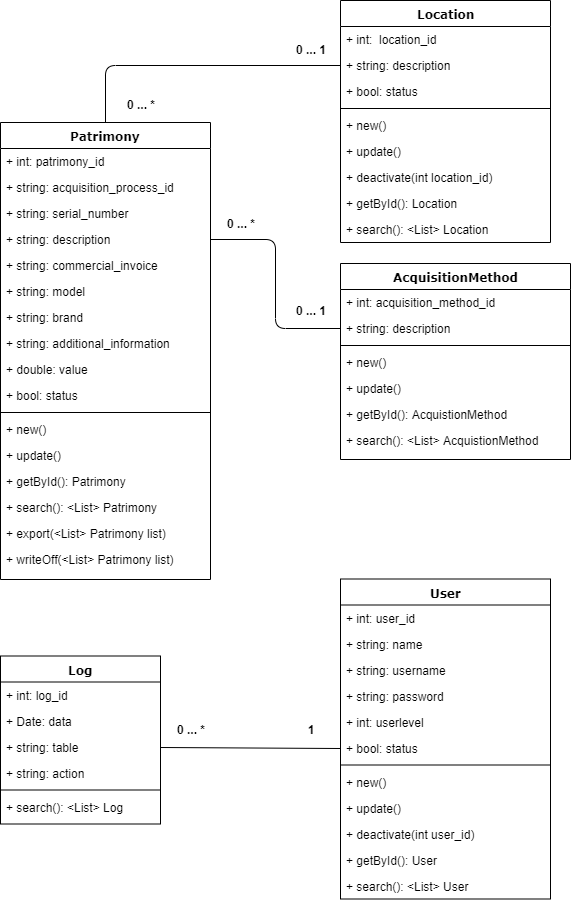
Above: Diagramas/Diagrama_de_Classe.png in gabrielfelicidade/patrimonio-docs (draw.io), before the change. Source tidied: cells renumbered, new cells last; positions are measured from the earlier drawing's top-left corner, leaving out a move shared by most shapes.
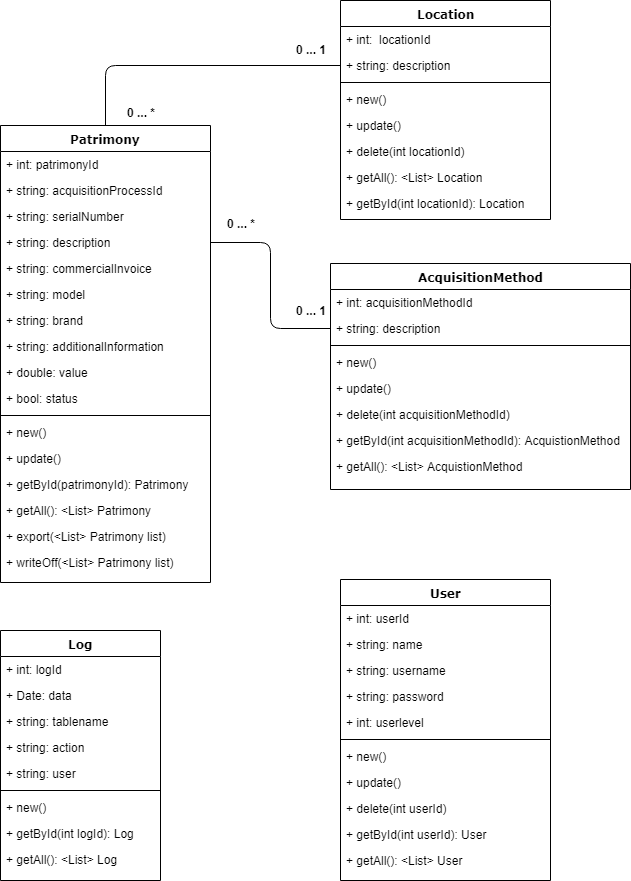
After the commit.

Commit message:
300419 - Atualizado Diagramas

What changed in the source:
```diff
@@ -5,11 +5,11 @@
     <mxCell id="2" value="Patrimony" style="swimlane;html=1;fontStyle=1;align=center;verticalAlign=top;horizontal=1;startSize=26;swimlaneFillColor=#ffffff;rounded=0;shadow=0;comic=0;labelBackgroundColor=none;strokeColor=#000000;strokeWidth=1;fillColor=none;fontFamily=Verdana;fontSize=12;fontColor=#000000;" parent="1" vertex="1">
-      <mxGeometry y="122" width="210" height="457" as="geometry" />
+      <mxGeometry y="125" width="210" height="457" as="geometry" />
     </mxCell>
-    <mxCell id="3" value="+ int: patrimony_id" style="text;html=1;strokeColor=none;fillColor=none;align=left;verticalAlign=top;spacingLeft=4;spacingRight=4;whiteSpace=wrap;overflow=hidden;" parent="2" vertex="1">
+    <mxCell id="3" value="+ int: patrimonyId" style="text;html=1;strokeColor=none;fillColor=none;align=left;verticalAlign=top;spacingLeft=4;spacingRight=4;whiteSpace=wrap;overflow=hidden;" parent="2" vertex="1">
       <mxGeometry y="26" width="210" height="26" as="geometry" />
     </mxCell>
-    <mxCell id="4" value="+ string: acquisition_process_id" style="text;html=1;strokeColor=none;fillColor=none;align=left;verticalAlign=top;spacingLeft=4;spacingRight=4;whiteSpace=wrap;overflow=hidden;" parent="2" vertex="1">
+    <mxCell id="4" value="+ string: acquisitionProcessId" style="text;html=1;strokeColor=none;fillColor=none;align=left;verticalAlign=top;spacingLeft=4;spacingRight=4;whiteSpace=wrap;overflow=hidden;" parent="2" vertex="1">
       <mxGeometry y="52" width="210" height="26" as="geometry" />
     </mxCell>
-    <mxCell id="5" value="+ string: serial_number" style="text;html=1;strokeColor=none;fillColor=none;align=left;verticalAlign=top;spacingLeft=4;spacingRight=4;whiteSpace=wrap;overflow=hidden;" parent="2" vertex="1">
+    <mxCell id="5" value="+ string: serialNumber" style="text;html=1;strokeColor=none;fillColor=none;align=left;verticalAlign=top;spacingLeft=4;spacingRight=4;whiteSpace=wrap;overflow=hidden;" parent="2" vertex="1">
       <mxGeometry y="78" width="210" height="26" as="geometry" />
@@ -19,3 +19,3 @@
     </mxCell>
-    <mxCell id="7" value="+ string: commercial_invoice" style="text;html=1;strokeColor=none;fillColor=none;align=left;verticalAlign=top;spacingLeft=4;spacingRight=4;whiteSpace=wrap;overflow=hidden;" parent="2" vertex="1">
+    <mxCell id="7" value="+ string: commercialInvoice" style="text;html=1;strokeColor=none;fillColor=none;align=left;verticalAlign=top;spacingLeft=4;spacingRight=4;whiteSpace=wrap;overflow=hidden;" parent="2" vertex="1">
       <mxGeometry y="130" width="210" height="26" as="geometry" />
@@ -28,3 +28,3 @@
     </mxCell>
-    <mxCell id="10" value="+ string:&amp;nbsp;&lt;span&gt;additional_information&lt;/span&gt;" style="text;html=1;strokeColor=none;fillColor=none;align=left;verticalAlign=top;spacingLeft=4;spacingRight=4;whiteSpace=wrap;overflow=hidden;" parent="2" vertex="1">
+    <mxCell id="10" value="+ string: additionalInformation" style="text;html=1;strokeColor=none;fillColor=none;align=left;verticalAlign=top;spacingLeft=4;spacingRight=4;whiteSpace=wrap;overflow=hidden;" parent="2" vertex="1">
       <mxGeometry y="208" width="210" height="26" as="geometry" />
@@ -46,6 +46,6 @@
     </mxCell>
-    <mxCell id="16" value="+ getById(): Patrimony" style="text;html=1;strokeColor=none;fillColor=none;align=left;verticalAlign=top;spacingLeft=4;spacingRight=4;whiteSpace=wrap;overflow=hidden;" parent="2" vertex="1">
+    <mxCell id="16" value="+ getById(patrimonyId): Patrimony" style="text;html=1;strokeColor=none;fillColor=none;align=left;verticalAlign=top;spacingLeft=4;spacingRight=4;whiteSpace=wrap;overflow=hidden;" parent="2" vertex="1">
       <mxGeometry y="346" width="210" height="26" as="geometry" />
     </mxCell>
-    <mxCell id="17" value="+ search(): &amp;lt;List&amp;gt; Patrimony" style="text;html=1;strokeColor=none;fillColor=none;align=left;verticalAlign=top;spacingLeft=4;spacingRight=4;whiteSpace=wrap;overflow=hidden;" parent="2" vertex="1">
+    <mxCell id="17" value="+ getAll(): &amp;lt;List&amp;gt; Patrimony" style="text;html=1;strokeColor=none;fillColor=none;align=left;verticalAlign=top;spacingLeft=4;spacingRight=4;whiteSpace=wrap;overflow=hidden;" parent="2" vertex="1">
       <mxGeometry y="372" width="210" height="26" as="geometry" />
@@ -59,5 +59,5 @@
     <mxCell id="20" value="Location" style="swimlane;html=1;fontStyle=1;align=center;verticalAlign=top;horizontal=1;startSize=26;swimlaneFillColor=#ffffff;rounded=0;shadow=0;comic=0;labelBackgroundColor=none;strokeColor=#000000;strokeWidth=1;fillColor=none;fontFamily=Verdana;fontSize=12;fontColor=#000000;" parent="1" vertex="1">
-      <mxGeometry x="340" width="210" height="242" as="geometry" />
+      <mxGeometry x="340" width="210" height="219" as="geometry" />
     </mxCell>
-    <mxCell id="21" value="+ int:&amp;nbsp; location_id" style="text;html=1;strokeColor=none;fillColor=none;align=left;verticalAlign=top;spacingLeft=4;spacingRight=4;whiteSpace=wrap;overflow=hidden;" parent="20" vertex="1">
+    <mxCell id="21" value="+ int:&amp;nbsp; locationId" style="text;html=1;strokeColor=none;fillColor=none;align=left;verticalAlign=top;spacingLeft=4;spacingRight=4;whiteSpace=wrap;overflow=hidden;" parent="20" vertex="1">
       <mxGeometry y="26" width="210" height="26" as="geometry" />
@@ -67,51 +67,51 @@
     </mxCell>
-    <mxCell id="23" value="+ bool: status" style="text;html=1;strokeColor=none;fillColor=none;align=left;verticalAlign=top;spacingLeft=4;spacingRight=4;whiteSpace=wrap;overflow=hidden;" parent="20" vertex="1">
-      <mxGeometry y="78" width="210" height="26" as="geometry" />
-    </mxCell>
     <mxCell id="24" style="line;html=1;strokeWidth=1;fillColor=none;align=left;verticalAlign=middle;spacingTop=-1;spacingLeft=3;spacingRight=3;labelPosition=right;" parent="20" vertex="1">
-      <mxGeometry y="104" width="210" height="8" as="geometry" />
+      <mxGeometry y="78" width="210" height="8" as="geometry" />
     </mxCell>
     <mxCell id="25" value="+ new()" style="text;html=1;strokeColor=none;fillColor=none;align=left;verticalAlign=top;spacingLeft=4;spacingRight=4;whiteSpace=wrap;overflow=hidden;" parent="20" vertex="1">
-      <mxGeometry y="112" width="210" height="26" as="geometry" />
+      <mxGeometry y="86" width="210" height="26" as="geometry" />
     </mxCell>
     <mxCell id="26" value="+ update()" style="text;html=1;strokeColor=none;fillColor=none;align=left;verticalAlign=top;spacingLeft=4;spacingRight=4;whiteSpace=wrap;overflow=hidden;" parent="20" vertex="1">
-      <mxGeometry y="138" width="210" height="26" as="geometry" />
+      <mxGeometry y="112" width="210" height="26" as="geometry" />
     </mxCell>
-    <mxCell id="27" value="+ deactivate(int location_id)&amp;nbsp;" style="text;html=1;strokeColor=none;fillColor=none;align=left;verticalAlign=top;spacingLeft=4;spacingRight=4;whiteSpace=wrap;overflow=hidden;" parent="20" vertex="1">
-      <mxGeometry y="164" width="210" height="26" as="geometry" />
+    <mxCell id="27" value="+ delete(int locationId)&amp;nbsp;" style="text;html=1;strokeColor=none;fillColor=none;align=left;verticalAlign=top;spacingLeft=4;spacingRight=4;whiteSpace=wrap;overflow=hidden;" parent="20" vertex="1">
+      <mxGeometry y="138" width="210" height="26" as="geometry" />
     </mxCell>
+    <mxCell id="29" value="+ getAll(): &amp;lt;List&amp;gt; Location" style="text;html=1;strokeColor=none;fillColor=none;align=left;verticalAlign=top;spacingLeft=4;spacingRight=4;whiteSpace=wrap;overflow=hidden;" parent="20" vertex="1">
+      <mxGeometry y="164" width="210" height="26" as="geometry" />
+    </mxCell>
-    <mxCell id="28" value="+ getById(): Location" style="text;html=1;strokeColor=none;fillColor=none;align=left;verticalAlign=top;spacingLeft=4;spacingRight=4;whiteSpace=wrap;overflow=hidden;" parent="20" vertex="1">
+    <mxCell id="28" value="+ getById(int locationId): Location" style="text;html=1;strokeColor=none;fillColor=none;align=left;verticalAlign=top;spacingLeft=4;spacingRight=4;whiteSpace=wrap;overflow=hidden;" parent="20" vertex="1">
       <mxGeometry y="190" width="210" height="26" as="geometry" />
     </mxCell>
-    <mxCell id="29" value="+ search(): &amp;lt;List&amp;gt; Location" style="text;html=1;strokeColor=none;fillColor=none;align=left;verticalAlign=top;spacingLeft=4;spacingRight=4;whiteSpace=wrap;overflow=hidden;" parent="20" vertex="1">
-      <mxGeometry y="216" width="210" height="26" as="geometry" />
-    </mxCell>
     <mxCell id="30" value="AcquisitionMethod" style="swimlane;html=1;fontStyle=1;align=center;verticalAlign=top;horizontal=1;startSize=26;swimlaneFillColor=#ffffff;rounded=0;shadow=0;comic=0;labelBackgroundColor=none;strokeColor=#000000;strokeWidth=1;fillColor=none;fontFamily=Verdana;fontSize=12;fontColor=#000000;" parent="1" vertex="1">
-      <mxGeometry x="340" y="263" width="230" height="196" as="geometry" />
+      <mxGeometry x="330" y="263" width="300" height="226" as="geometry" />
     </mxCell>
-    <mxCell id="31" value="+ int: acquisition_method_id" style="text;html=1;strokeColor=none;fillColor=none;align=left;verticalAlign=top;spacingLeft=4;spacingRight=4;whiteSpace=wrap;overflow=hidden;" parent="30" vertex="1">
-      <mxGeometry y="26" width="230" height="26" as="geometry" />
+    <mxCell id="31" value="+ int: acquisitionMethodId" style="text;html=1;strokeColor=none;fillColor=none;align=left;verticalAlign=top;spacingLeft=4;spacingRight=4;whiteSpace=wrap;overflow=hidden;" parent="30" vertex="1">
+      <mxGeometry y="26" width="300" height="26" as="geometry" />
     </mxCell>
     <mxCell id="32" value="+ string: description" style="text;html=1;strokeColor=none;fillColor=none;align=left;verticalAlign=top;spacingLeft=4;spacingRight=4;whiteSpace=wrap;overflow=hidden;points=[[0,0.5],[1,0.5]];portConstraint=eastwest;" parent="30" vertex="1">
-      <mxGeometry y="52" width="230" height="26" as="geometry" />
+      <mxGeometry y="52" width="300" height="26" as="geometry" />
     </mxCell>
     <mxCell id="33" style="line;html=1;strokeWidth=1;fillColor=none;align=left;verticalAlign=middle;spacingTop=-1;spacingLeft=3;spacingRight=3;labelPosition=right;" parent="30" vertex="1">
-      <mxGeometry y="78" width="230" height="8" as="geometry" />
+      <mxGeometry y="78" width="300" height="8" as="geometry" />
     </mxCell>
     <mxCell id="34" value="+ new()" style="text;html=1;strokeColor=none;fillColor=none;align=left;verticalAlign=top;spacingLeft=4;spacingRight=4;whiteSpace=wrap;overflow=hidden;" parent="30" vertex="1">
-      <mxGeometry y="86" width="230" height="26" as="geometry" />
+      <mxGeometry y="86" width="300" height="26" as="geometry" />
     </mxCell>
     <mxCell id="35" value="+ update()" style="text;html=1;strokeColor=none;fillColor=none;align=left;verticalAlign=top;spacingLeft=4;spacingRight=4;whiteSpace=wrap;overflow=hidden;" parent="30" vertex="1">
-      <mxGeometry y="112" width="230" height="26" as="geometry" />
+      <mxGeometry y="112" width="300" height="26" as="geometry" />
     </mxCell>
+    <mxCell id="67" value="+ delete(int acquisitionMethodId)&amp;nbsp;" style="text;html=1;strokeColor=none;fillColor=none;align=left;verticalAlign=top;spacingLeft=4;spacingRight=4;whiteSpace=wrap;overflow=hidden;" parent="30" vertex="1">
+      <mxGeometry y="138" width="300" height="26" as="geometry" />
+    </mxCell>
-    <mxCell id="36" value="+ getById(): AcquistionMethod" style="text;html=1;strokeColor=none;fillColor=none;align=left;verticalAlign=top;spacingLeft=4;spacingRight=4;whiteSpace=wrap;overflow=hidden;" parent="30" vertex="1">
-      <mxGeometry y="138" width="230" height="26" as="geometry" />
+    <mxCell id="36" value="+ getById(int acquisitionMethodId): AcquistionMethod" style="text;html=1;strokeColor=none;fillColor=none;align=left;verticalAlign=top;spacingLeft=4;spacingRight=4;whiteSpace=wrap;overflow=hidden;" parent="30" vertex="1">
+      <mxGeometry y="164" width="300" height="26" as="geometry" />
     </mxCell>
-    <mxCell id="37" value="+ search(): &amp;lt;List&amp;gt; AcquistionMethod" style="text;html=1;strokeColor=none;fillColor=none;align=left;verticalAlign=top;spacingLeft=4;spacingRight=4;whiteSpace=wrap;overflow=hidden;" parent="30" vertex="1">
-      <mxGeometry y="164" width="230" height="26" as="geometry" />
+    <mxCell id="37" value="+ getAll(): &amp;lt;List&amp;gt; AcquistionMethod" style="text;html=1;strokeColor=none;fillColor=none;align=left;verticalAlign=top;spacingLeft=4;spacingRight=4;whiteSpace=wrap;overflow=hidden;" parent="30" vertex="1">
+      <mxGeometry y="190" width="300" height="26" as="geometry" />
     </mxCell>
     <mxCell id="38" value="Log" style="swimlane;html=1;fontStyle=1;align=center;verticalAlign=top;horizontal=1;startSize=26;swimlaneFillColor=#ffffff;rounded=0;shadow=0;comic=0;labelBackgroundColor=none;strokeColor=#000000;strokeWidth=1;fillColor=none;fontFamily=Verdana;fontSize=12;fontColor=#000000;" parent="1" vertex="1">
-      <mxGeometry y="655.5" width="160" height="168" as="geometry" />
+      <mxGeometry y="630" width="160" height="250" as="geometry" />
     </mxCell>
-    <mxCell id="39" value="+ int: log_id" style="text;html=1;strokeColor=none;fillColor=none;align=left;verticalAlign=top;spacingLeft=4;spacingRight=4;whiteSpace=wrap;overflow=hidden;" parent="38" vertex="1">
+    <mxCell id="39" value="+ int: logId" style="text;html=1;strokeColor=none;fillColor=none;align=left;verticalAlign=top;spacingLeft=4;spacingRight=4;whiteSpace=wrap;overflow=hidden;" parent="38" vertex="1">
       <mxGeometry y="26" width="160" height="26" as="geometry" />
@@ -121,3 +121,3 @@
     </mxCell>
-    <mxCell id="41" value="+ string: table" style="text;html=1;strokeColor=none;fillColor=none;align=left;verticalAlign=top;spacingLeft=4;spacingRight=4;whiteSpace=wrap;overflow=hidden;points=[[0,0.5],[1,0.5]];portConstraint=eastwest;" parent="38" vertex="1">
+    <mxCell id="41" value="+ string: tablename" style="text;html=1;strokeColor=none;fillColor=none;align=left;verticalAlign=top;spacingLeft=4;spacingRight=4;whiteSpace=wrap;overflow=hidden;points=[[0,0.5],[1,0.5]];portConstraint=eastwest;" parent="38" vertex="1">
       <mxGeometry y="78" width="160" height="26" as="geometry" />
@@ -127,12 +127,21 @@
     </mxCell>
+    <mxCell id="68" value="+ string: user" style="text;html=1;strokeColor=none;fillColor=none;align=left;verticalAlign=top;spacingLeft=4;spacingRight=4;whiteSpace=wrap;overflow=hidden;" parent="38" vertex="1">
+      <mxGeometry y="130" width="160" height="26" as="geometry" />
+    </mxCell>
     <mxCell id="43" style="line;html=1;strokeWidth=1;fillColor=none;align=left;verticalAlign=middle;spacingTop=-1;spacingLeft=3;spacingRight=3;labelPosition=right;" parent="38" vertex="1">
-      <mxGeometry y="130" width="160" height="8" as="geometry" />
+      <mxGeometry y="156" width="160" height="8" as="geometry" />
     </mxCell>
+    <mxCell id="69" value="+ new()" style="text;html=1;strokeColor=none;fillColor=none;align=left;verticalAlign=top;spacingLeft=4;spacingRight=4;whiteSpace=wrap;overflow=hidden;" parent="38" vertex="1">
+      <mxGeometry y="164" width="160" height="26" as="geometry" />
+    </mxCell>
+    <mxCell id="70" value="+ getById(int logId): Log" style="text;html=1;strokeColor=none;fillColor=none;align=left;verticalAlign=top;spacingLeft=4;spacingRight=4;whiteSpace=wrap;overflow=hidden;" parent="38" vertex="1">
+      <mxGeometry y="190" width="160" height="26" as="geometry" />
+    </mxCell>
-    <mxCell id="44" value="+ search(): &amp;lt;List&amp;gt; Log" style="text;html=1;strokeColor=none;fillColor=none;align=left;verticalAlign=top;spacingLeft=4;spacingRight=4;whiteSpace=wrap;overflow=hidden;" parent="38" vertex="1">
-      <mxGeometry y="138" width="160" height="26" as="geometry" />
+    <mxCell id="44" value="+ getAll(): &amp;lt;List&amp;gt; Log" style="text;html=1;strokeColor=none;fillColor=none;align=left;verticalAlign=top;spacingLeft=4;spacingRight=4;whiteSpace=wrap;overflow=hidden;" parent="38" vertex="1">
+      <mxGeometry y="216" width="160" height="26" as="geometry" />
     </mxCell>
     <mxCell id="45" value="User" style="swimlane;html=1;fontStyle=1;align=center;verticalAlign=top;horizontal=1;startSize=26;swimlaneFillColor=#ffffff;rounded=0;shadow=0;comic=0;labelBackgroundColor=none;strokeColor=#000000;strokeWidth=1;fillColor=none;fontFamily=Verdana;fontSize=12;fontColor=#000000;" parent="1" vertex="1">
-      <mxGeometry x="340" y="578.5" width="210" height="320" as="geometry" />
+      <mxGeometry x="340" y="579" width="210" height="301" as="geometry" />
     </mxCell>
-    <mxCell id="46" value="+ int: user_id" style="text;html=1;strokeColor=none;fillColor=none;align=left;verticalAlign=top;spacingLeft=4;spacingRight=4;whiteSpace=wrap;overflow=hidden;" parent="45" vertex="1">
+    <mxCell id="46" value="+ int:&amp;nbsp;userId" style="text;html=1;strokeColor=none;fillColor=none;align=left;verticalAlign=top;spacingLeft=4;spacingRight=4;whiteSpace=wrap;overflow=hidden;" parent="45" vertex="1">
       <mxGeometry y="26" width="210" height="26" as="geometry" />
@@ -151,22 +160,19 @@
     </mxCell>
-    <mxCell id="51" value="+ bool: status" style="text;html=1;strokeColor=none;fillColor=none;align=left;verticalAlign=top;spacingLeft=4;spacingRight=4;whiteSpace=wrap;overflow=hidden;points=[[0,0.5],[1,0.5]];portConstraint=eastwest;" parent="45" vertex="1">
-      <mxGeometry y="156" width="210" height="26" as="geometry" />
-    </mxCell>
     <mxCell id="52" style="line;html=1;strokeWidth=1;fillColor=none;align=left;verticalAlign=middle;spacingTop=-1;spacingLeft=3;spacingRight=3;labelPosition=right;" parent="45" vertex="1">
-      <mxGeometry y="182" width="210" height="8" as="geometry" />
+      <mxGeometry y="156" width="210" height="8" as="geometry" />
     </mxCell>
     <mxCell id="53" value="+ new()" style="text;html=1;strokeColor=none;fillColor=none;align=left;verticalAlign=top;spacingLeft=4;spacingRight=4;whiteSpace=wrap;overflow=hidden;" parent="45" vertex="1">
-      <mxGeometry y="190" width="210" height="26" as="geometry" />
+      <mxGeometry y="164" width="210" height="26" as="geometry" />
     </mxCell>
     <mxCell id="54" value="+ update()" style="text;html=1;strokeColor=none;fillColor=none;align=left;verticalAlign=top;spacingLeft=4;spacingRight=4;whiteSpace=wrap;overflow=hidden;" parent="45" vertex="1">
-      <mxGeometry y="216" width="210" height="26" as="geometry" />
+      <mxGeometry y="190" width="210" height="26" as="geometry" />
     </mxCell>
-    <mxCell id="55" value="+ deactivate(int user_id)&amp;nbsp;" style="text;html=1;strokeColor=none;fillColor=none;align=left;verticalAlign=top;spacingLeft=4;spacingRight=4;whiteSpace=wrap;overflow=hidden;" parent="45" vertex="1">
-      <mxGeometry y="242" width="210" height="26" as="geometry" />
+    <mxCell id="55" value="+ delete(int userId)&amp;nbsp;" style="text;html=1;strokeColor=none;fillColor=none;align=left;verticalAlign=top;spacingLeft=4;spacingRight=4;whiteSpace=wrap;overflow=hidden;" parent="45" vertex="1">
+      <mxGeometry y="216" width="210" height="26" as="geometry" />
     </mxCell>
-    <mxCell id="56" value="+ getById(): User" style="text;html=1;strokeColor=none;fillColor=none;align=left;verticalAlign=top;spacingLeft=4;spacingRight=4;whiteSpace=wrap;overflow=hidden;" parent="45" vertex="1">
-      <mxGeometry y="268" width="210" height="26" as="geometry" />
+    <mxCell id="56" value="+ getById(int userId): User" style="text;html=1;strokeColor=none;fillColor=none;align=left;verticalAlign=top;spacingLeft=4;spacingRight=4;whiteSpace=wrap;overflow=hidden;" parent="45" vertex="1">
+      <mxGeometry y="242" width="210" height="26" as="geometry" />
     </mxCell>
-    <mxCell id="57" value="+ search(): &amp;lt;List&amp;gt; User" style="text;html=1;strokeColor=none;fillColor=none;align=left;verticalAlign=top;spacingLeft=4;spacingRight=4;whiteSpace=wrap;overflow=hidden;" parent="45" vertex="1">
-      <mxGeometry y="294" width="210" height="26" as="geometry" />
+    <mxCell id="57" value="+ getAll(): &amp;lt;List&amp;gt; User" style="text;html=1;strokeColor=none;fillColor=none;align=left;verticalAlign=top;spacingLeft=4;spacingRight=4;whiteSpace=wrap;overflow=hidden;" parent="45" vertex="1">
+      <mxGeometry y="268" width="210" height="26" as="geometry" />
     </mxCell>
@@ -182,7 +188,4 @@
     </mxCell>
-    <mxCell id="60" style="html=1;endArrow=none;elbow=vertical;entryX=0;entryY=0.5;entryDx=0;entryDy=0;exitX=1;exitY=0.5;exitDx=0;exitDy=0;" parent="1" edge="1" source="41" target="51">
-      <mxGeometry relative="1" as="geometry" />
-    </mxCell>
     <mxCell id="61" value="0 ... *" style="text;html=1;strokeColor=none;fillColor=none;align=center;verticalAlign=middle;whiteSpace=wrap;rounded=0;fontStyle=1;" parent="1" vertex="1">
-      <mxGeometry x="120" y="94" width="40" height="20" as="geometry" />
+      <mxGeometry x="120" y="102" width="40" height="20" as="geometry" />
     </mxCell>
@@ -197,8 +200,2 @@
     </mxCell>
-    <mxCell id="65" value="0 ... *" style="text;html=1;strokeColor=none;fillColor=none;align=center;verticalAlign=middle;whiteSpace=wrap;rounded=0;fontStyle=1;" parent="1" vertex="1">
-      <mxGeometry x="170" y="718.5" width="40" height="20" as="geometry" />
-    </mxCell>
-    <mxCell id="66" value="1" style="text;html=1;strokeColor=none;fillColor=none;align=center;verticalAlign=middle;whiteSpace=wrap;rounded=0;fontStyle=1;" parent="1" vertex="1">
-      <mxGeometry x="290" y="718.5" width="40" height="20" as="geometry" />
-    </mxCell>
   </root>
```
